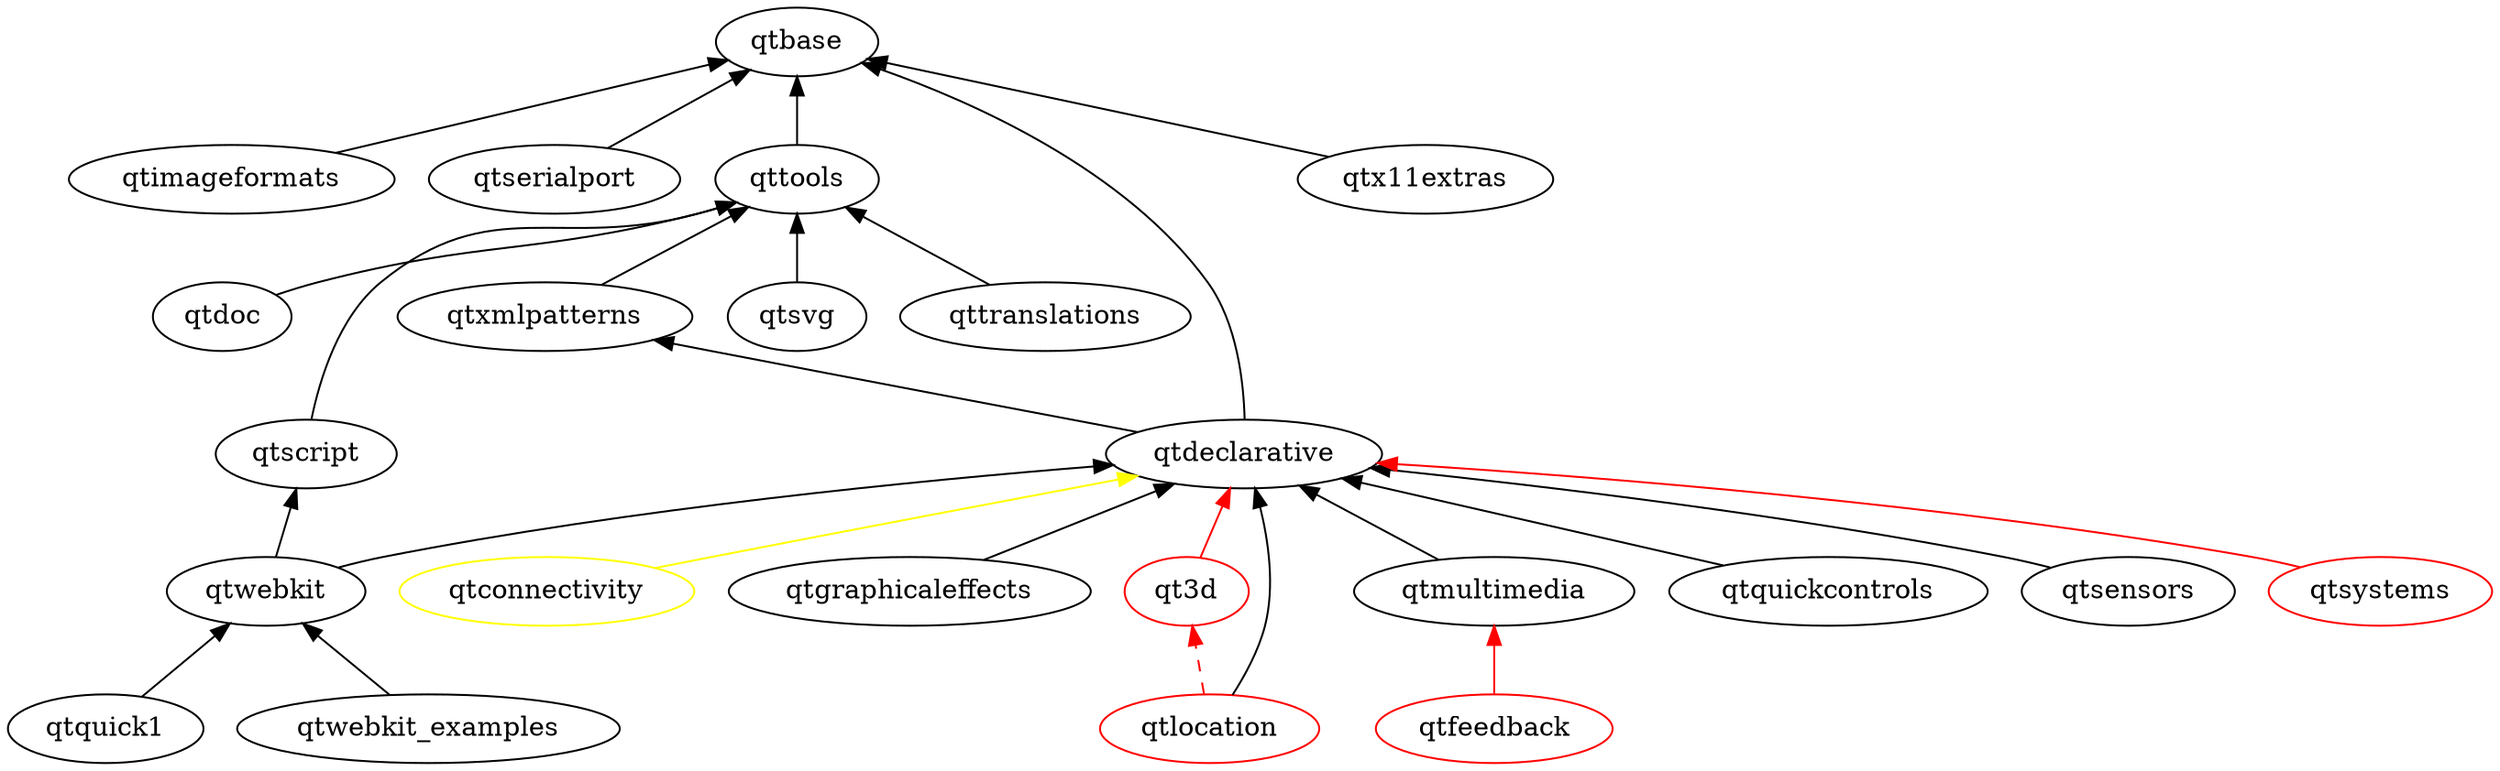
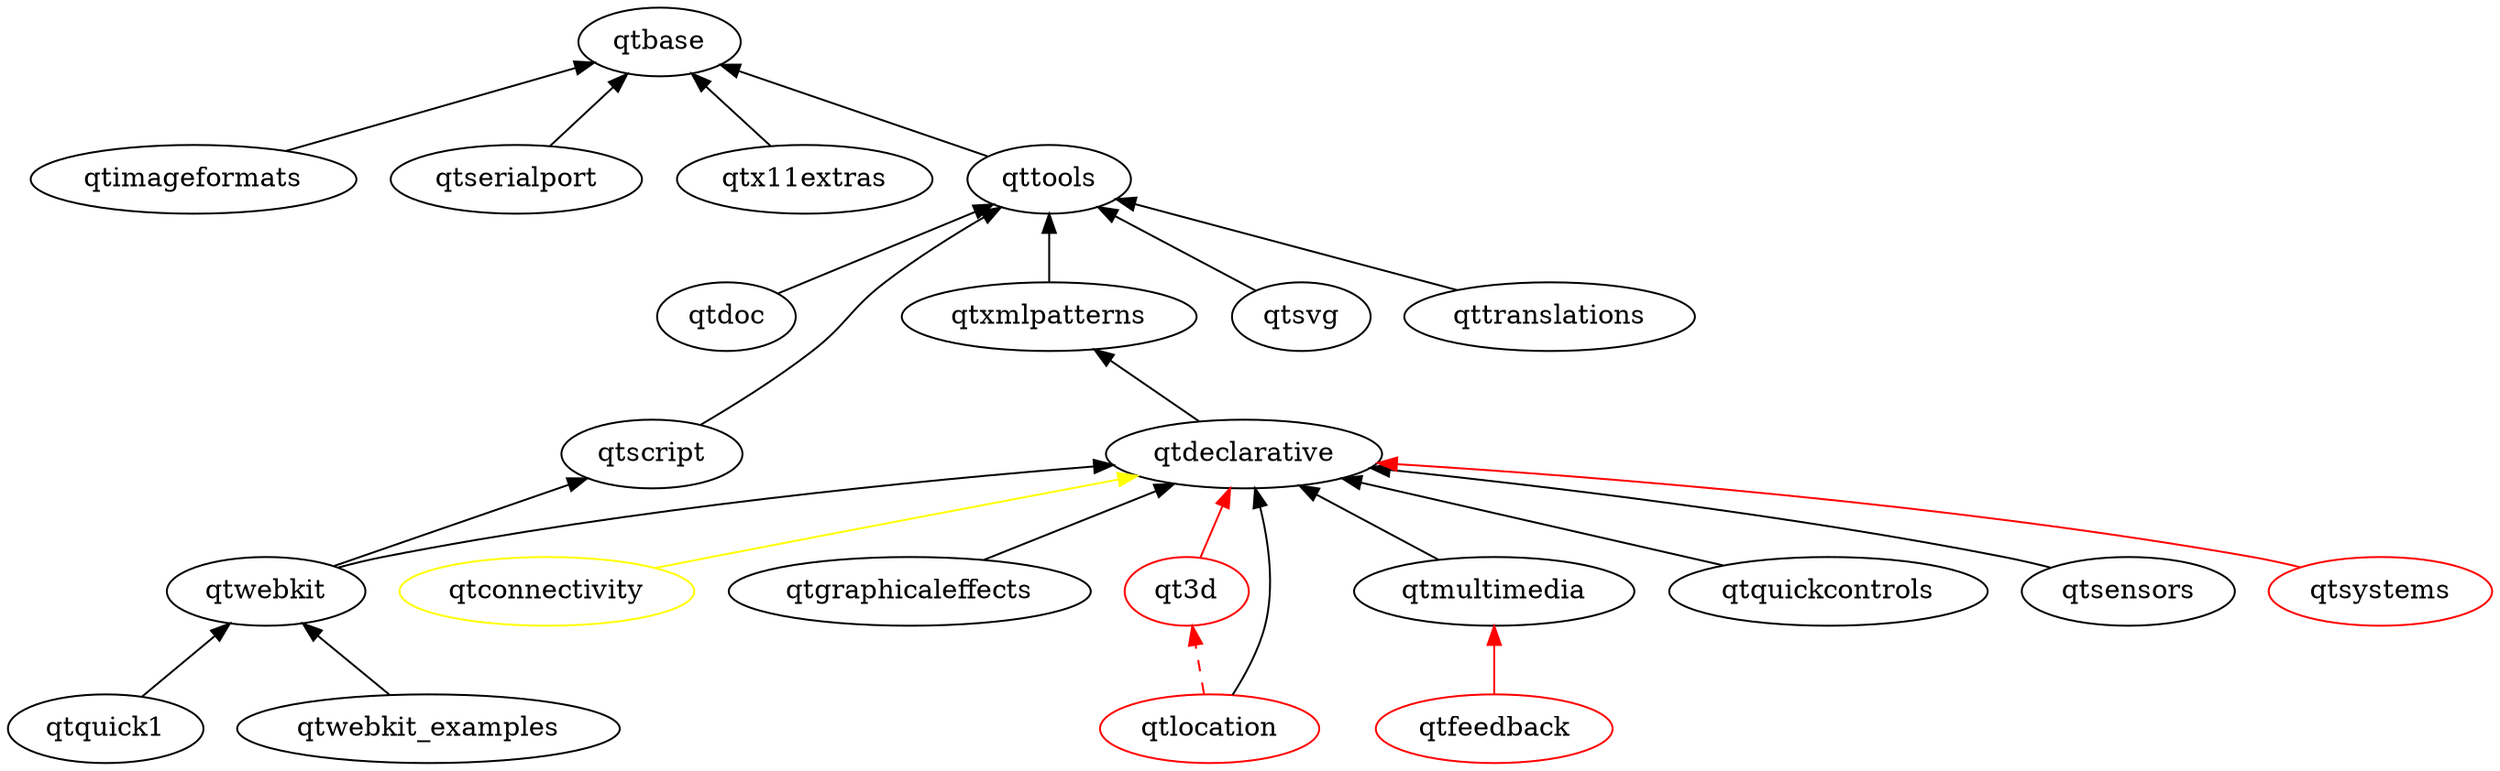
digraph qt5 {
  graph [
    rankdir = "BT"
  ]

  qt3d [ color = red ]
  qtbase
  qtconnectivity [ color = yellow ]
  qtdeclarative
  qtdoc
  qtfeedback [ color = red ]
  qtgraphicaleffects
  qtimageformats
  qtlocation [color = red]
  qtmultimedia
  qtquick1
  qtquickcontrols
  qtscript
  qtsensors
  qtserialport
  qtsvg
  qtsystems [ color = red ]
  qttools
  qttranslations
  qtwebkit
  qtwebkit_examples
  qtx11extras
  qtxmlpatterns

  qtconnectivity -> qtdeclarative [ color = yellow ]
-   qtdeclarative -> qtbase
  qtdeclarative -> qtxmlpatterns
  qtdoc -> qttools
  qtgraphicaleffects -> qtdeclarative
  qtimageformats -> qtbase
  qtmultimedia -> qtdeclarative
  qtquick1 -> qtwebkit
  qtquickcontrols -> qtdeclarative
  qtsensors -> qtdeclarative
  qtserialport -> qtbase
  qtscript -> qttools
  qtsvg -> qttools
  qttools -> qtbase
  qttranslations -> qttools
  qtwebkit -> qtdeclarative
  qtwebkit -> qtscript
  qtwebkit_examples -> qtwebkit
  qtx11extras -> qtbase
  qtxmlpatterns -> qttools

  // unsure/not-uploaded
  qt3d -> qtdeclarative [ color = red ]
  qtfeedback -> qtmultimedia [ color = red ]
  qtlocation -> qt3d [color = red style = dashed]
  qtlocation -> qtdeclarative
  qtsystems -> qtdeclarative [ color = red ]
}
